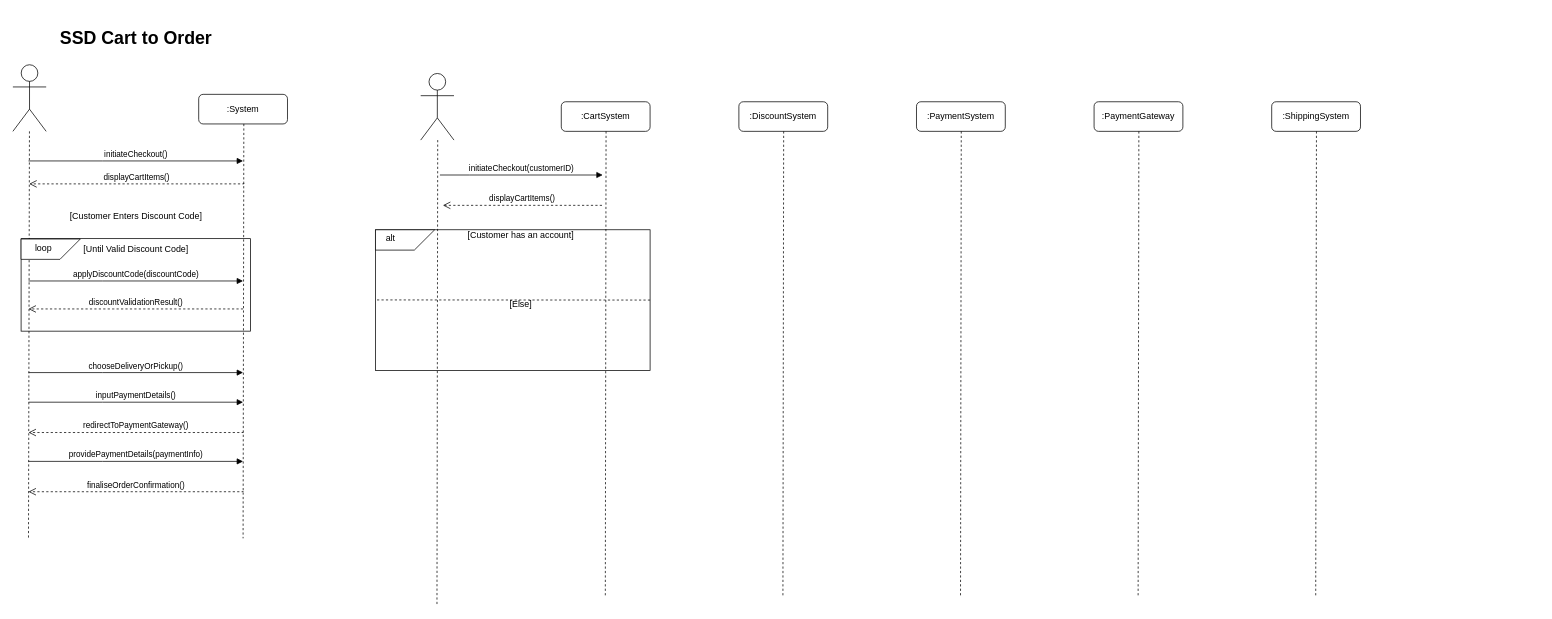
The draw.io diagram ITC211 System Analysis and Design/ITC211 Assignment 3 T2.drawio in Sam-WebP/CSU, before the edit. Source tidied: cells renumbered, new cells numbered last; positions are measured from the earlier drawing's top-left corner, leaving out a move shared by most shapes. Both pictures are drawn from the tidied source at 74%, with x=0, y=0 at pixel (13, 13).
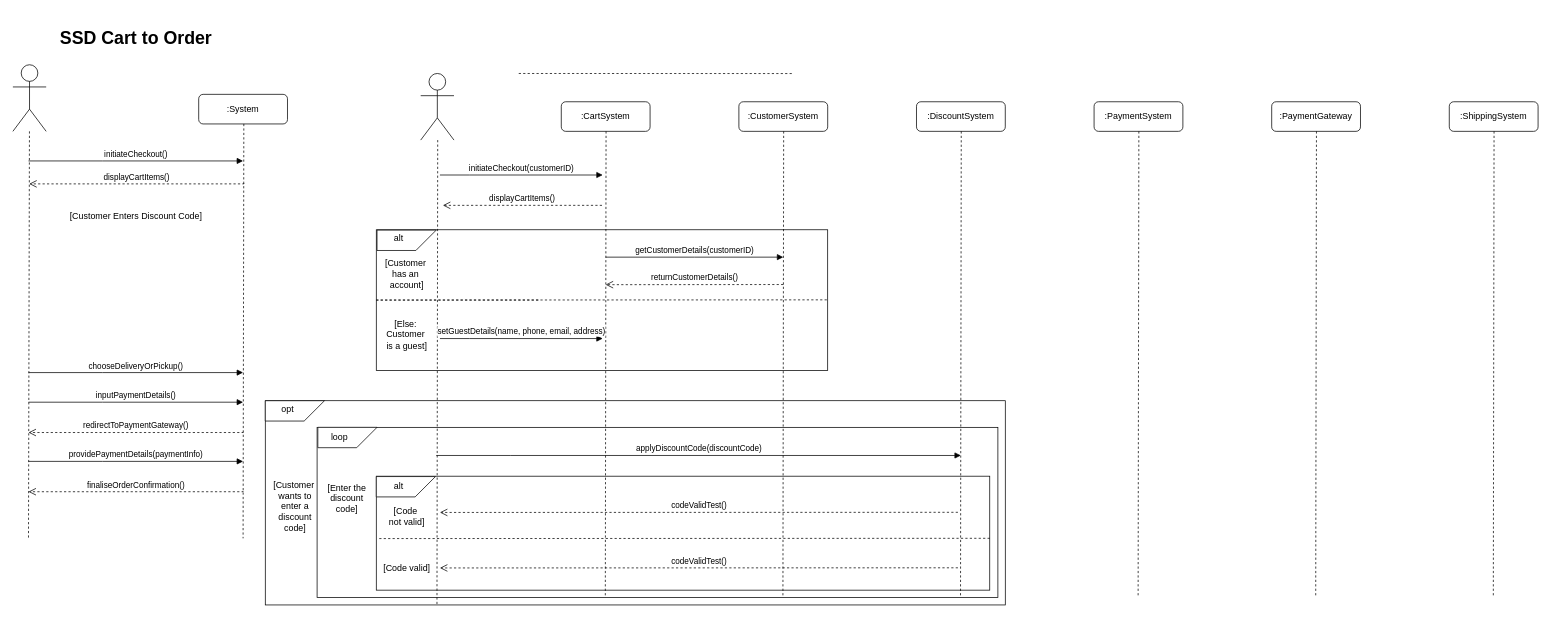
The same page after the edit.

Diff of the diagram source:
```diff
@@
+    <mxCell id="41" style="rounded=0;whiteSpace=wrap;html=1;" parent="1" vertex="1">
+      <mxGeometry x="341" y="524" width="1000" height="276" as="geometry" />
+    </mxCell>
+    <mxCell id="42" style="rounded=0;whiteSpace=wrap;html=1;" parent="1" vertex="1">
+      <mxGeometry x="411" y="560" width="920" height="230" as="geometry" />
+    </mxCell>
     <mxCell id="2" style="rounded=0;whiteSpace=wrap;html=1;" parent="1" vertex="1">
-      <mxGeometry x="489.9" y="293" width="371.1" height="190" as="geometry" />
+      <mxGeometry x="491" y="293" width="610" height="190" as="geometry" />
     </mxCell>
     <mxCell id="3" style="rounded=0;whiteSpace=wrap;html=1;" parent="1" vertex="1">
-      <mxGeometry x="11" y="305" width="310" height="125" as="geometry" />
+      <mxGeometry x="491" y="626" width="829" height="154" as="geometry" />
     </mxCell>
@@
     <mxCell id="11" style="shape=card;whiteSpace=wrap;html=1;rotation=-180;" parent="1" vertex="1">
-      <mxGeometry x="489.9" y="293" width="80" height="27.5" as="geometry" />
+      <mxGeometry x="492" y="293.5" width="80" height="27.5" as="geometry" />
     </mxCell>
     <mxCell id="12" value="alt" style="text;html=1;align=center;verticalAlign=middle;strokeColor=none;fillColor=none;" parent="1" vertex="1">
-      <mxGeometry x="489.9" y="290" width="40" height="30" as="geometry" />
+      <mxGeometry x="501" y="290" width="40" height="30" as="geometry" />
     </mxCell>
     <mxCell id="13" style="shape=card;whiteSpace=wrap;html=1;rotation=-180;" parent="1" vertex="1">
-      <mxGeometry x="11" y="305.5" width="80" height="27.5" as="geometry" />
+      <mxGeometry x="491" y="626.5" width="80" height="27.5" as="geometry" />
     </mxCell>
-    <mxCell id="14" value="loop" style="text;html=1;align=center;verticalAlign=middle;strokeColor=none;fillColor=none;" parent="1" vertex="1">
-      <mxGeometry x="16" y="303" width="50" height="30" as="geometry" />
+    <mxCell id="14" value="alt" style="text;html=1;align=center;verticalAlign=middle;strokeColor=none;fillColor=none;" parent="1" vertex="1">
+      <mxGeometry x="501" y="625.2" width="40" height="30" as="geometry" />
     </mxCell>
@@
-    <mxCell id="16" value="[Until Valid Discount Code]" style="text;html=1;align=center;verticalAlign=middle;strokeColor=none;fillColor=none;" parent="1" vertex="1">
-      <mxGeometry x="81" y="305" width="170" height="30" as="geometry" />
+    <mxCell id="16" value="&lt;div&gt;[Code&amp;nbsp;&lt;/div&gt;&lt;div&gt;not valid]&lt;/div&gt;" style="text;html=1;align=center;verticalAlign=middle;strokeColor=none;fillColor=none;" parent="1" vertex="1">
+      <mxGeometry x="497" y="660" width="70" height="40" as="geometry" />
     </mxCell>
-    <mxCell id="17" value="applyDiscountCode(discountCode)" style="html=1;verticalAlign=bottom;endArrow=block;edgeStyle=elbowEdgeStyle;elbow=vertical;curved=0;rounded=0;" parent="1" edge="1">
-      <mxGeometry relative="1" as="geometry">
-        <mxPoint x="21" y="362.2" as="sourcePoint" />
-        <mxPoint x="311" y="362.2" as="targetPoint" />
-        <Array as="points">
-          <mxPoint x="121" y="362.2" />
-        </Array>
-      </mxGeometry>
-    </mxCell>
-    <mxCell id="18" value="discountValidationResult()" style="html=1;verticalAlign=bottom;endArrow=open;dashed=1;endSize=8;edgeStyle=elbowEdgeStyle;elbow=vertical;curved=0;rounded=0;" parent="1" edge="1">
-      <mxGeometry relative="1" as="geometry">
-        <mxPoint x="311" y="400" as="sourcePoint" />
-        <mxPoint x="21" y="400" as="targetPoint" />
-        <Array as="points">
-          <mxPoint x="136" y="400" />
-        </Array>
-      </mxGeometry>
-    </mxCell>
@@
     <mxCell id="26" value=":DiscountSystem" style="rounded=1;whiteSpace=wrap;html=1;" parent="1" vertex="1">
-      <mxGeometry x="981" y="120" width="120" height="40" as="geometry" />
+      <mxGeometry x="1221" y="120" width="120" height="40" as="geometry" />
     </mxCell>
     <mxCell id="27" value=":PaymentSystem" style="rounded=1;whiteSpace=wrap;html=1;" parent="1" vertex="1">
-      <mxGeometry x="1221" y="120" width="120" height="40" as="geometry" />
+      <mxGeometry x="1461" y="120" width="120" height="40" as="geometry" />
     </mxCell>
     <mxCell id="28" value=":PaymentGateway" style="rounded=1;whiteSpace=wrap;html=1;" parent="1" vertex="1">
-      <mxGeometry x="1461" y="120" width="120" height="40" as="geometry" />
+      <mxGeometry x="1701" y="120" width="120" height="40" as="geometry" />
     </mxCell>
     <mxCell id="29" value=":ShippingSystem" style="rounded=1;whiteSpace=wrap;html=1;" parent="1" vertex="1">
-      <mxGeometry x="1701" y="120" width="120" height="40" as="geometry" />
+      <mxGeometry x="1941" y="120" width="120" height="40" as="geometry" />
     </mxCell>
@@
     <mxCell id="32" style="endArrow=none;dashed=1;html=1;rounded=0;" parent="1" edge="1">
       <mxGeometry relative="1" as="geometry">
-        <mxPoint x="1041.5" y="160" as="sourcePoint" />
-        <mxPoint x="1040.5" y="788.2" as="targetPoint" />
+        <mxPoint x="1281.5" y="160" as="sourcePoint" />
+        <mxPoint x="1280.5" y="788.2" as="targetPoint" />
       </mxGeometry>
     </mxCell>
     <mxCell id="33" style="endArrow=none;dashed=1;html=1;rounded=0;" parent="1" edge="1">
       <mxGeometry relative="1" as="geometry">
-        <mxPoint x="1281.5" y="160" as="sourcePoint" />
-        <mxPoint x="1280.5" y="788.2" as="targetPoint" />
+        <mxPoint x="1521.5" y="160" as="sourcePoint" />
+        <mxPoint x="1520.5" y="788.2" as="targetPoint" />
       </mxGeometry>
     </mxCell>
     <mxCell id="34" style="endArrow=none;dashed=1;html=1;rounded=0;" parent="1" edge="1">
       <mxGeometry relative="1" as="geometry">
-        <mxPoint x="1521.5" y="160" as="sourcePoint" />
-        <mxPoint x="1520.5" y="788.2" as="targetPoint" />
+        <mxPoint x="1761.5" y="160" as="sourcePoint" />
+        <mxPoint x="1760.5" y="788.2" as="targetPoint" />
       </mxGeometry>
     </mxCell>
     <mxCell id="35" style="endArrow=none;dashed=1;html=1;rounded=0;" parent="1" edge="1">
       <mxGeometry relative="1" as="geometry">
-        <mxPoint x="1761.5" y="160" as="sourcePoint" />
-        <mxPoint x="1760.5" y="788.2" as="targetPoint" />
+        <mxPoint x="2001.5" y="160" as="sourcePoint" />
+        <mxPoint x="2000.5" y="788.2" as="targetPoint" />
       </mxGeometry>
     </mxCell>
@@
-    <mxCell id="38" value="[Customer has an account]" style="text;html=1;align=center;verticalAlign=middle;strokeColor=none;fillColor=none;" parent="1" vertex="1">
-      <mxGeometry x="601" y="285" width="170" height="30" as="geometry" />
+    <mxCell id="38" value="&lt;div&gt;[Customer&amp;nbsp;&lt;/div&gt;&lt;div&gt;has an&amp;nbsp;&lt;/div&gt;&lt;div&gt;account]&lt;/div&gt;" style="text;html=1;align=center;verticalAlign=middle;strokeColor=none;fillColor=none;" parent="1" vertex="1">
+      <mxGeometry x="492" y="323" width="80" height="60" as="geometry" />
     </mxCell>
-    <mxCell id="39" style="endArrow=none;dashed=1;html=1;rounded=0;entryX=0.001;entryY=0.546;entryDx=0;entryDy=0;entryPerimeter=0;exitX=1.002;exitY=0.547;exitDx=0;exitDy=0;exitPerimeter=0;" parent="1" edge="1">
+    <mxCell id="39" style="endArrow=none;dashed=1;html=1;rounded=0;" parent="1" edge="1" source="2">
       <mxGeometry relative="1" as="geometry">
-        <mxPoint x="861" y="388" as="sourcePoint" />
-        <mxPoint x="489.5" y="387.8" as="targetPoint" />
+        <mxPoint x="711" y="388" as="targetPoint" />
       </mxGeometry>
     </mxCell>
-    <mxCell id="40" value="[Else]" style="text;html=1;align=center;verticalAlign=middle;strokeColor=none;fillColor=none;" parent="1" vertex="1">
-      <mxGeometry x="661" y="379" width="50" height="30" as="geometry" />
+    <mxCell id="40" value="&lt;div&gt;[Else:&amp;nbsp;&lt;/div&gt;&lt;div&gt;Customer&amp;nbsp;&lt;/div&gt;&lt;div&gt;is a guest]&lt;/div&gt;" style="text;html=1;align=center;verticalAlign=middle;strokeColor=none;fillColor=none;" parent="1" vertex="1">
+      <mxGeometry x="492" y="405" width="80" height="60" as="geometry" />
     </mxCell>
+    <mxCell id="43" value="getCustomerDetails(customerID)" style="html=1;verticalAlign=bottom;endArrow=block;edgeStyle=elbowEdgeStyle;elbow=vertical;curved=0;rounded=0;" parent="1" edge="1">
+      <mxGeometry relative="1" as="geometry">
+        <mxPoint x="801" y="330" as="sourcePoint" />
+        <mxPoint x="1041" y="330" as="targetPoint" />
+      </mxGeometry>
+    </mxCell>
+    <mxCell id="44" value=":CustomerSystem" style="rounded=1;whiteSpace=wrap;html=1;" parent="1" vertex="1">
+      <mxGeometry x="981" y="120" width="120" height="40" as="geometry" />
+    </mxCell>
+    <mxCell id="45" style="endArrow=none;dashed=1;html=1;rounded=0;" parent="1" edge="1">
+      <mxGeometry relative="1" as="geometry">
+        <mxPoint x="1041.5" y="160" as="sourcePoint" />
+        <mxPoint x="1040.5" y="788.2" as="targetPoint" />
+      </mxGeometry>
+    </mxCell>
+    <mxCell id="46" style="endArrow=none;dashed=1;html=1;rounded=0;entryX=0.001;entryY=0.546;entryDx=0;entryDy=0;entryPerimeter=0;exitX=1.002;exitY=0.547;exitDx=0;exitDy=0;exitPerimeter=0;" parent="1" edge="1">
+      <mxGeometry relative="1" as="geometry">
+        <mxPoint x="1052.5" y="81.9" as="sourcePoint" />
+        <mxPoint x="681" y="81.8" as="targetPoint" />
+      </mxGeometry>
+    </mxCell>
+    <mxCell id="47" style="endArrow=none;dashed=1;html=1;rounded=0;entryX=0;entryY=0.5;entryDx=0;entryDy=0;" parent="1" edge="1" target="2">
+      <mxGeometry relative="1" as="geometry">
+        <mxPoint x="1099.8" y="387.7" as="sourcePoint" />
+      </mxGeometry>
+    </mxCell>
+    <mxCell id="48" value="returnCustomerDetails()" style="html=1;verticalAlign=bottom;endArrow=open;dashed=1;endSize=8;edgeStyle=elbowEdgeStyle;elbow=vertical;curved=0;rounded=0;" parent="1" edge="1">
+      <mxGeometry relative="1" as="geometry">
+        <mxPoint x="1041" y="367" as="sourcePoint" />
+        <mxPoint x="801" y="367" as="targetPoint" />
+        <Array as="points">
+          <mxPoint x="616" y="367.2" />
+        </Array>
+      </mxGeometry>
+    </mxCell>
+    <mxCell id="49" value="setGuestDetails(name, phone, email, address)" style="html=1;verticalAlign=bottom;endArrow=block;edgeStyle=elbowEdgeStyle;elbow=vertical;curved=0;rounded=0;" parent="1" edge="1">
+      <mxGeometry relative="1" as="geometry">
+        <mxPoint x="577" y="440" as="sourcePoint" />
+        <mxPoint x="797" y="440" as="targetPoint" />
+        <Array as="points">
+          <mxPoint x="617" y="440" />
+        </Array>
+      </mxGeometry>
+    </mxCell>
+    <mxCell id="50" style="shape=card;whiteSpace=wrap;html=1;rotation=-180;" parent="1" vertex="1">
+      <mxGeometry x="412" y="560" width="80" height="27.5" as="geometry" />
+    </mxCell>
+    <mxCell id="51" style="shape=card;whiteSpace=wrap;html=1;rotation=-180;" parent="1" vertex="1">
+      <mxGeometry x="341" y="524" width="80" height="27.5" as="geometry" />
+    </mxCell>
+    <mxCell id="52" value="&lt;div&gt;[Customer&amp;nbsp;&lt;/div&gt;wants to &lt;br&gt;enter a&lt;br&gt;discount&lt;br&gt;code]" style="text;html=1;align=center;verticalAlign=middle;strokeColor=none;fillColor=none;" parent="1" vertex="1">
+      <mxGeometry x="341" y="622" width="80" height="90" as="geometry" />
+    </mxCell>
+    <mxCell id="53" value="opt" style="text;html=1;align=center;verticalAlign=middle;strokeColor=none;fillColor=none;" parent="1" vertex="1">
+      <mxGeometry x="351" y="521" width="40" height="30" as="geometry" />
+    </mxCell>
+    <mxCell id="54" value="loop" style="text;html=1;align=center;verticalAlign=middle;strokeColor=none;fillColor=none;" parent="1" vertex="1">
+      <mxGeometry x="416" y="557.5" width="50" height="30" as="geometry" />
+    </mxCell>
+    <mxCell id="55" value="&lt;div&gt;[Enter the&lt;br&gt;discount&lt;br&gt;code]&lt;/div&gt;" style="text;html=1;align=center;verticalAlign=middle;strokeColor=none;fillColor=none;" parent="1" vertex="1">
+      <mxGeometry x="411" y="626" width="80" height="60" as="geometry" />
+    </mxCell>
+    <mxCell id="17" value="applyDiscountCode(discountCode)" style="html=1;verticalAlign=bottom;endArrow=block;edgeStyle=elbowEdgeStyle;elbow=vertical;curved=0;rounded=0;" parent="1" edge="1">
+      <mxGeometry relative="1" as="geometry">
+        <mxPoint x="572" y="598" as="sourcePoint" />
+        <mxPoint x="1281" y="598" as="targetPoint" />
+        <Array as="points">
+          <mxPoint x="672" y="598" />
+        </Array>
+      </mxGeometry>
+    </mxCell>
+    <mxCell id="56" style="endArrow=none;dashed=1;html=1;rounded=0;entryX=0;entryY=0.5;entryDx=0;entryDy=0;exitX=1;exitY=0.545;exitDx=0;exitDy=0;exitPerimeter=0;" parent="1" edge="1" source="3">
+      <mxGeometry relative="1" as="geometry">
+        <mxPoint x="492.1" y="710.3" as="targetPoint" />
+      </mxGeometry>
+    </mxCell>
+    <mxCell id="57" value="&lt;div&gt;[Code valid]&lt;/div&gt;" style="text;html=1;align=center;verticalAlign=middle;strokeColor=none;fillColor=none;" parent="1" vertex="1">
+      <mxGeometry x="487" y="735" width="90" height="30" as="geometry" />
+    </mxCell>
+    <mxCell id="58" value="codeValidTest()" style="html=1;verticalAlign=bottom;endArrow=open;dashed=1;endSize=8;edgeStyle=elbowEdgeStyle;elbow=vertical;curved=0;rounded=0;" parent="1" edge="1">
+      <mxGeometry relative="1" as="geometry">
+        <mxPoint x="1277" y="674.8" as="sourcePoint" />
+        <mxPoint x="577" y="674.8" as="targetPoint" />
+        <Array as="points">
+          <mxPoint x="872" y="675" />
+        </Array>
+      </mxGeometry>
+    </mxCell>
+    <mxCell id="59" value="codeValidTest()" style="html=1;verticalAlign=bottom;endArrow=open;dashed=1;endSize=8;edgeStyle=elbowEdgeStyle;elbow=vertical;curved=0;rounded=0;" parent="1" edge="1">
+      <mxGeometry relative="1" as="geometry">
+        <mxPoint x="1277" y="749.8" as="sourcePoint" />
+        <mxPoint x="577" y="749.8" as="targetPoint" />
+        <Array as="points">
+          <mxPoint x="872" y="750" />
+        </Array>
+      </mxGeometry>
+    </mxCell>
```
